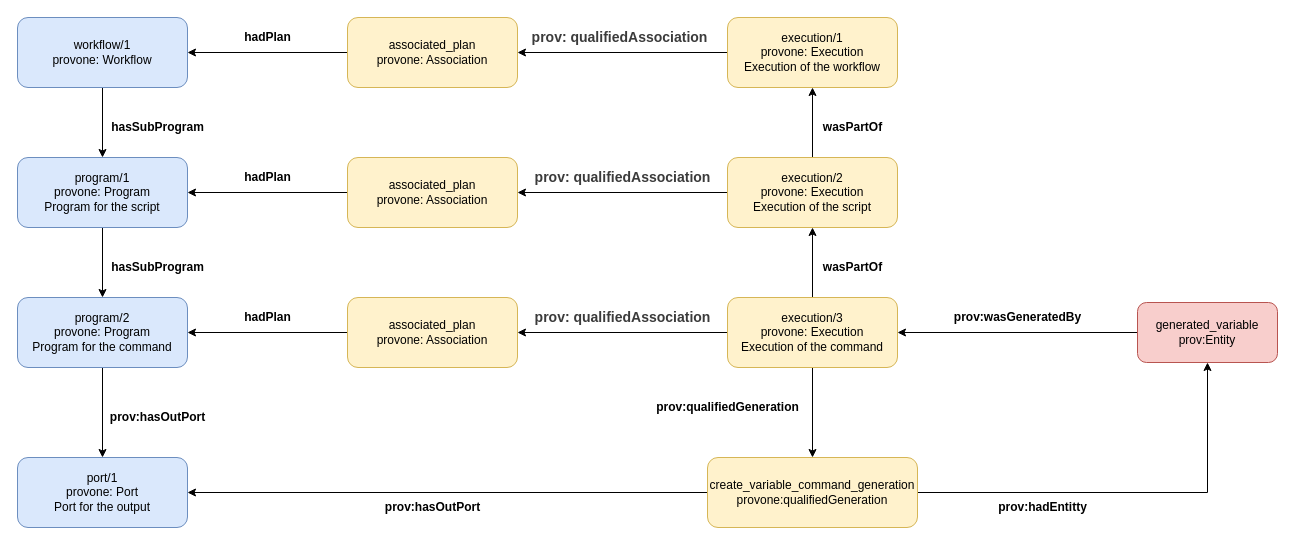
Before: examples/single-command/images/prov.drawio in ThomasThelen/sdtl-provone, a draw.io diagram. Source tidied: cells renumbered, new cells numbered last; positions are measured from the earlier drawing's top-left corner, leaving out a move shared by most shapes. Both pictures are drawn from the tidied source at 100%, with x=0, y=0 at pixel (17, 17).
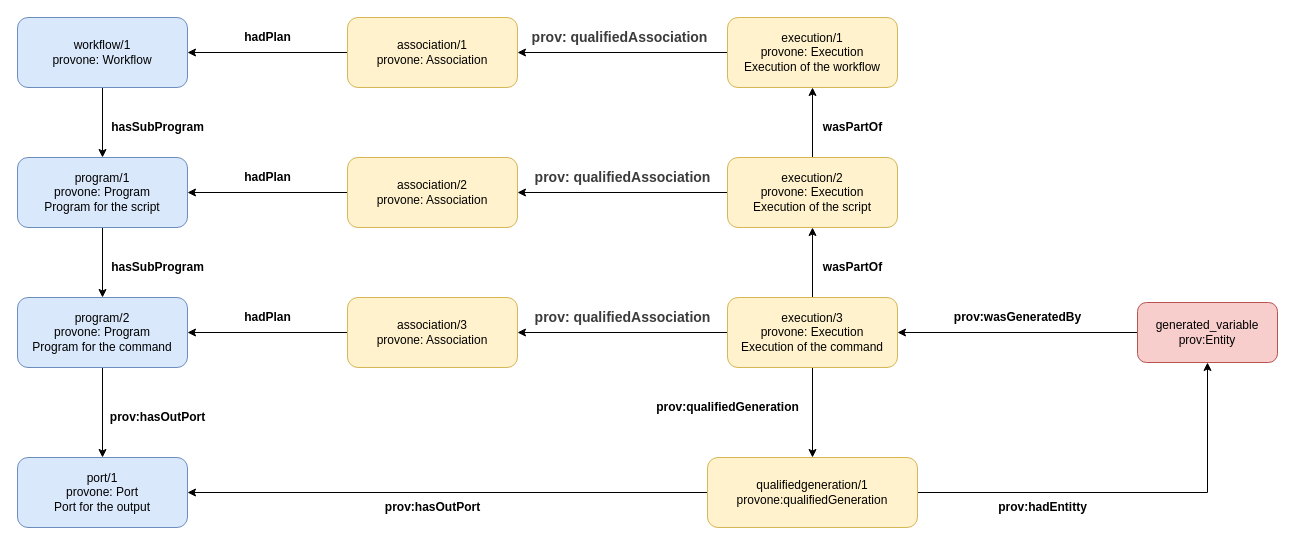
Above is the later version.

Change to the diagram source:
```diff
@@
-    <mxCell id="18" value="&lt;div&gt;associated_plan&lt;/div&gt;&lt;div&gt;provone: Association&lt;/div&gt;" style="rounded=1;whiteSpace=wrap;html=1;fontSize=12;glass=0;strokeWidth=1;shadow=0;fillColor=#fff2cc;strokeColor=#d6b656;" parent="1" vertex="1">
+    <mxCell id="18" value="&lt;div&gt;association/2&lt;br&gt;&lt;/div&gt;&lt;div&gt;provone: Association&lt;/div&gt;" style="rounded=1;whiteSpace=wrap;html=1;fontSize=12;glass=0;strokeWidth=1;shadow=0;fillColor=#fff2cc;strokeColor=#d6b656;" parent="1" vertex="1">
       <mxGeometry x="330" y="140" width="170" height="70" as="geometry" />
     </mxCell>
@@
-    <mxCell id="20" value="&lt;div&gt;associated_plan&lt;/div&gt;&lt;div&gt;provone: Association&lt;/div&gt;" style="rounded=1;whiteSpace=wrap;html=1;fontSize=12;glass=0;strokeWidth=1;shadow=0;fillColor=#fff2cc;strokeColor=#d6b656;" parent="1" vertex="1">
+    <mxCell id="20" value="&lt;div&gt;association/1&lt;/div&gt;&lt;div&gt;provone: Association&lt;/div&gt;" style="rounded=1;whiteSpace=wrap;html=1;fontSize=12;glass=0;strokeWidth=1;shadow=0;fillColor=#fff2cc;strokeColor=#d6b656;" parent="1" vertex="1">
       <mxGeometry x="330" width="170" height="70" as="geometry" />
     </mxCell>
@@
-    <mxCell id="22" value="&lt;div&gt;associated_plan&lt;/div&gt;&lt;div&gt;provone: Association&lt;/div&gt;" style="rounded=1;whiteSpace=wrap;html=1;fontSize=12;glass=0;strokeWidth=1;shadow=0;fillColor=#fff2cc;strokeColor=#d6b656;" parent="1" vertex="1">
+    <mxCell id="22" value="association/3&lt;div&gt;&lt;span&gt;provone: Association&lt;/span&gt;&lt;br&gt;&lt;/div&gt;" style="rounded=1;whiteSpace=wrap;html=1;fontSize=12;glass=0;strokeWidth=1;shadow=0;fillColor=#fff2cc;strokeColor=#d6b656;" parent="1" vertex="1">
       <mxGeometry x="330" y="280" width="170" height="70" as="geometry" />
     </mxCell>
@@
-    <mxCell id="39" value="create_variable_command&lt;span&gt;_generation&lt;/span&gt;&lt;br&gt;&lt;div&gt;&lt;span&gt;provone:qualifiedGeneration&lt;/span&gt;&lt;br&gt;&lt;/div&gt;" style="rounded=1;whiteSpace=wrap;html=1;fontSize=12;glass=0;strokeWidth=1;shadow=0;fillColor=#fff2cc;strokeColor=#d6b656;" parent="1" vertex="1">
+    <mxCell id="39" value="&lt;span&gt;qualifiedgeneration/1&lt;br&gt;provone:qualifiedGeneration&lt;/span&gt;" style="rounded=1;whiteSpace=wrap;html=1;fontSize=12;glass=0;strokeWidth=1;shadow=0;fillColor=#fff2cc;strokeColor=#d6b656;" parent="1" vertex="1">
       <mxGeometry x="690" y="440" width="210" height="70" as="geometry" />
     </mxCell>
```
